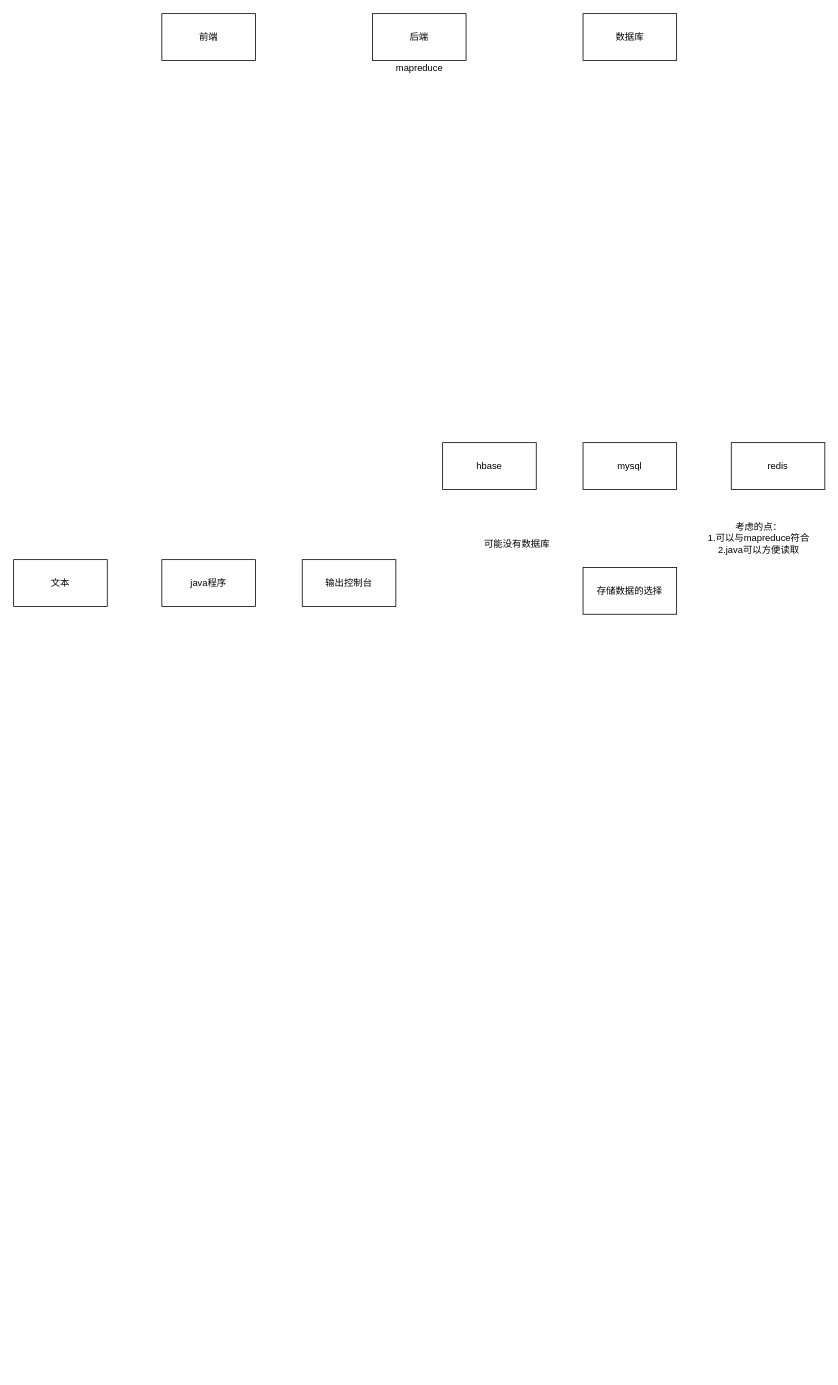
This is bigdata/road.drawio from Canwaiting/note, a draw.io file, before an edit. Source tidied: cells renumbered, new cells numbered last; positions are measured from the earlier drawing's top-left corner, leaving out a move shared by most shapes. Both pictures are drawn from the tidied source at 78%, with x=0, y=0 at pixel (13, 13).
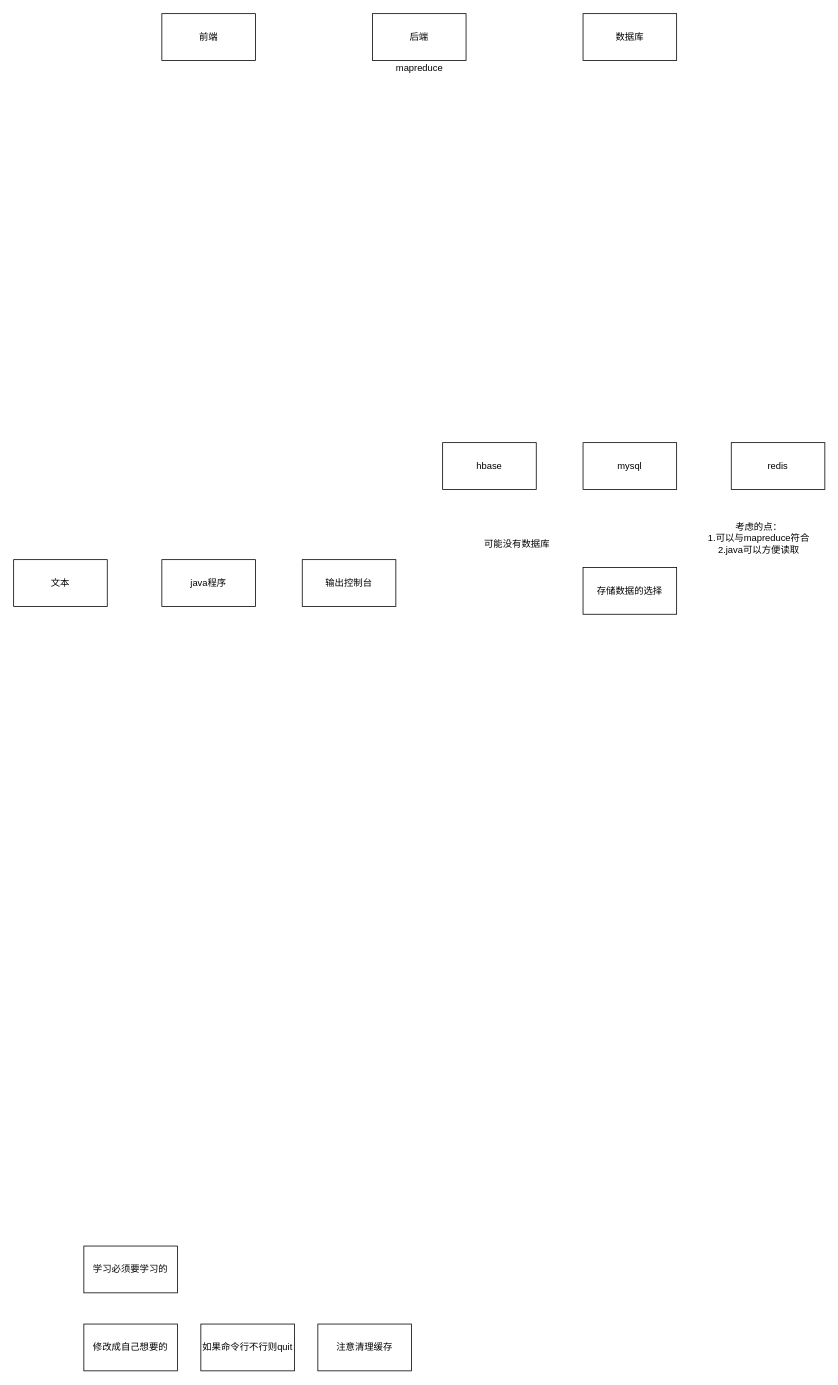
The same diagram, later.

Diff of the diagram source:
```diff
@@
 <mxGraphModel background="#FFFFFF">
   <root>
     <mxCell id="0" />
     <mxCell id="1" parent="0" />
     <mxCell id="2" value="存储数据的选择" style="whiteSpace=wrap;html=1;" parent="1" vertex="1">
       <mxGeometry x="730" y="710" width="120" height="60" as="geometry" />
     </mxCell>
     <mxCell id="3" value="后端" style="whiteSpace=wrap;html=1;" parent="1" vertex="1">
       <mxGeometry x="460" width="120" height="60" as="geometry" />
     </mxCell>
     <mxCell id="4" value="前端" style="whiteSpace=wrap;html=1;" parent="1" vertex="1">
       <mxGeometry x="190" width="120" height="60" as="geometry" />
     </mxCell>
     <mxCell id="5" value="数据库" style="whiteSpace=wrap;html=1;" parent="1" vertex="1">
       <mxGeometry x="730" width="120" height="60" as="geometry" />
     </mxCell>
     <mxCell id="6" value="hbase" style="whiteSpace=wrap;html=1;" parent="1" vertex="1">
       <mxGeometry x="550" y="550" width="120" height="60" as="geometry" />
     </mxCell>
     <mxCell id="7" value="&lt;font color=&quot;#000000&quot;&gt;mapreduce&lt;/font&gt;" style="text;html=1;align=center;verticalAlign=middle;strokeColor=none;" parent="1" vertex="1">
       <mxGeometry x="480" y="60" width="80" height="20" as="geometry" />
     </mxCell>
     <mxCell id="8" value="redis" style="whiteSpace=wrap;html=1;" parent="1" vertex="1">
       <mxGeometry x="920" y="550" width="120" height="60" as="geometry" />
     </mxCell>
     <mxCell id="9" value="mysql" style="whiteSpace=wrap;html=1;" parent="1" vertex="1">
       <mxGeometry x="730" y="550" width="120" height="60" as="geometry" />
     </mxCell>
     <mxCell id="10" value="&lt;font color=&quot;#000000&quot;&gt;考虑的点：&lt;br&gt;1.可以与mapreduce符合&lt;br&gt;2.java可以方便读取&lt;br&gt;&amp;nbsp;&lt;br&gt;&lt;/font&gt;" style="text;html=1;align=center;verticalAlign=middle;strokeColor=none;" parent="1" vertex="1">
       <mxGeometry x="880" y="650" width="150" height="60" as="geometry" />
     </mxCell>
     <mxCell id="11" value="&lt;font color=&quot;#000000&quot;&gt;可能没有数据库&lt;br&gt;&lt;/font&gt;" style="text;html=1;align=center;verticalAlign=middle;strokeColor=none;" parent="1" vertex="1">
       <mxGeometry x="595" y="670" width="100" height="20" as="geometry" />
     </mxCell>
     <mxCell id="12" value="java程序" style="whiteSpace=wrap;html=1;" parent="1" vertex="1">
       <mxGeometry x="190" y="700" width="120" height="60" as="geometry" />
     </mxCell>
     <mxCell id="13" value="文本" style="whiteSpace=wrap;html=1;" parent="1" vertex="1">
       <mxGeometry y="700" width="120" height="60" as="geometry" />
     </mxCell>
     <mxCell id="14" value="输出控制台" style="whiteSpace=wrap;html=1;" parent="1" vertex="1">
       <mxGeometry x="370" y="700" width="120" height="60" as="geometry" />
     </mxCell>
+    <mxCell id="15" value="修改成自己想要的" style="whiteSpace=wrap;html=1;" parent="1" vertex="1">
+      <mxGeometry x="90" y="1680" width="120" height="60" as="geometry" />
+    </mxCell>
+    <mxCell id="16" value="学习必须要学习的" style="whiteSpace=wrap;html=1;" parent="1" vertex="1">
+      <mxGeometry x="90" y="1580" width="120" height="60" as="geometry" />
+    </mxCell>
+    <mxCell id="17" value="如果命令行不行则quit" style="whiteSpace=wrap;html=1;" parent="1" vertex="1">
+      <mxGeometry x="240" y="1680" width="120" height="60" as="geometry" />
+    </mxCell>
+    <mxCell id="18" value="注意清理缓存" style="whiteSpace=wrap;html=1;" parent="1" vertex="1">
+      <mxGeometry x="390" y="1680" width="120" height="60" as="geometry" />
+    </mxCell>
   </root>
 </mxGraphModel>
```
